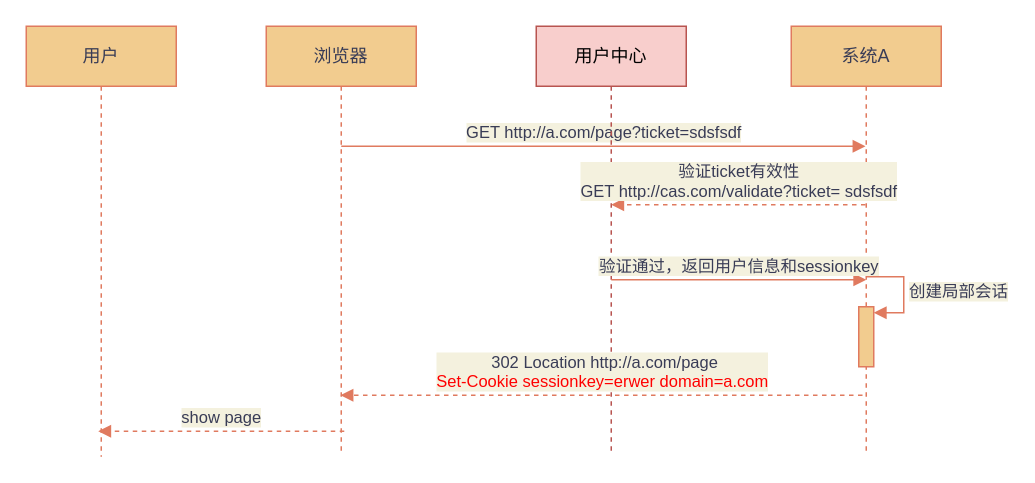
Earlier version of the draw.io diagram CAS用户登录流程2.drawio (liliang1213/diagram). Source tidied: cells renumbered, new cells numbered last; positions are measured from the earlier drawing's top-left corner, leaving out a move shared by most shapes. Both pictures are drawn from the tidied source at 150%, with x=0, y=0 at pixel (26, 26).
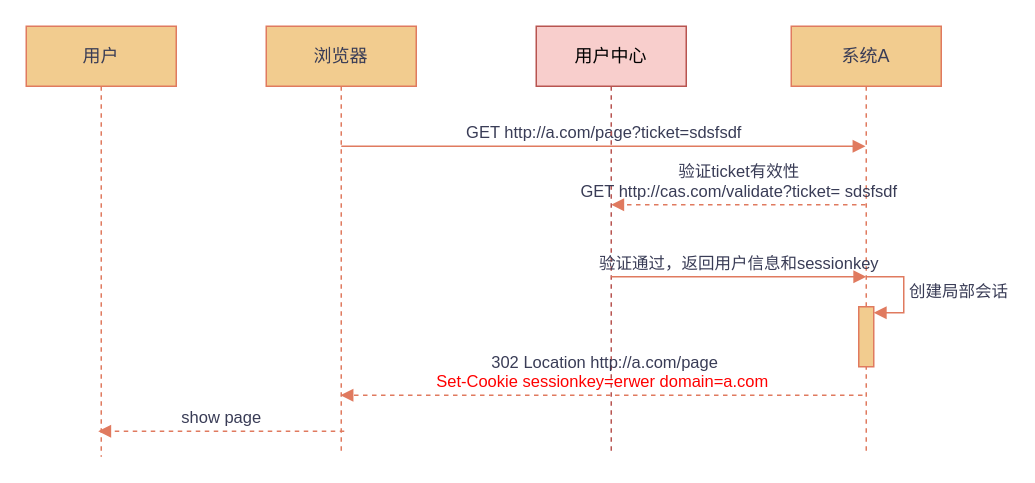
Above is the later version.

Commit message:
Update CAS用户登录流程2.drawio

Change to the diagram source:
```diff
@@
 <mxGraphModel>
   <root>
     <mxCell id="0" />
     <mxCell id="1" parent="0" />
-    <mxCell id="2" value="用户" style="shape=umlLifeline;perimeter=lifelinePerimeter;whiteSpace=wrap;html=1;fillColor=#F2CC8F;strokeColor=#E07A5F;fontColor=#393C56;" parent="1" vertex="1">
+    <mxCell id="2" value="用户" style="shape=umlLifeline;perimeter=lifelinePerimeter;whiteSpace=wrap;html=1;fillColor=#F2CC8F;strokeColor=#E07A5F;fontColor=#393C56;labelBackgroundColor=none;" parent="1" vertex="1">
       <mxGeometry width="100" height="287" as="geometry" />
     </mxCell>
-    <mxCell id="3" value="浏览器" style="shape=umlLifeline;perimeter=lifelinePerimeter;whiteSpace=wrap;html=1;fillColor=#F2CC8F;strokeColor=#E07A5F;fontColor=#393C56;" parent="1" vertex="1">
+    <mxCell id="3" value="浏览器" style="shape=umlLifeline;perimeter=lifelinePerimeter;whiteSpace=wrap;html=1;fillColor=#F2CC8F;strokeColor=#E07A5F;fontColor=#393C56;labelBackgroundColor=none;" parent="1" vertex="1">
       <mxGeometry x="160" width="100" height="284" as="geometry" />
     </mxCell>
-    <mxCell id="4" value="GET http://a.com/page?ticket=sdsfsdf" style="html=1;verticalAlign=bottom;endArrow=block;strokeColor=#E07A5F;fontColor=#393C56;labelBackgroundColor=#F4F1DE;" parent="3" edge="1" target="6">
+    <mxCell id="4" value="GET http://a.com/page?ticket=sdsfsdf" style="html=1;verticalAlign=bottom;endArrow=block;strokeColor=#E07A5F;fontColor=#393C56;labelBackgroundColor=none;" parent="3" edge="1" target="6">
       <mxGeometry relative="1" as="geometry">
         <mxPoint x="50" y="80" as="sourcePoint" />
       </mxGeometry>
     </mxCell>
-    <mxCell id="5" value="用户中心" style="shape=umlLifeline;perimeter=lifelinePerimeter;whiteSpace=wrap;html=1;fillColor=#f8cecc;strokeColor=#b85450;" parent="1" vertex="1">
+    <mxCell id="5" value="用户中心" style="shape=umlLifeline;perimeter=lifelinePerimeter;whiteSpace=wrap;html=1;fillColor=#f8cecc;strokeColor=#b85450;labelBackgroundColor=none;" parent="1" vertex="1">
       <mxGeometry x="340" width="100" height="285" as="geometry" />
     </mxCell>
-    <mxCell id="6" value="系统A" style="shape=umlLifeline;perimeter=lifelinePerimeter;whiteSpace=wrap;html=1;outlineConnect=0;fillColor=#F2CC8F;strokeColor=#E07A5F;fontColor=#393C56;" parent="1" vertex="1">
+    <mxCell id="6" value="系统A" style="shape=umlLifeline;perimeter=lifelinePerimeter;whiteSpace=wrap;html=1;outlineConnect=0;fillColor=#F2CC8F;strokeColor=#E07A5F;fontColor=#393C56;labelBackgroundColor=none;" parent="1" vertex="1">
       <mxGeometry x="510" width="100" height="286" as="geometry" />
     </mxCell>
-    <mxCell id="7" value="创建局部会话" style="edgeStyle=orthogonalEdgeStyle;html=1;align=left;spacingLeft=2;endArrow=block;rounded=0;entryX=1;entryY=0;strokeColor=#E07A5F;fontColor=#393C56;labelBackgroundColor=#F4F1DE;" parent="6" edge="1">
+    <mxCell id="7" value="创建局部会话" style="edgeStyle=orthogonalEdgeStyle;html=1;align=left;spacingLeft=2;endArrow=block;rounded=0;entryX=1;entryY=0;strokeColor=#E07A5F;fontColor=#393C56;labelBackgroundColor=none;" parent="6" edge="1">
       <mxGeometry relative="1" as="geometry">
         <mxPoint x="50" y="167" as="sourcePoint" />
         <mxPoint x="55" y="191" as="targetPoint" />
         <Array as="points">
           <mxPoint x="75" y="167" />
         </Array>
       </mxGeometry>
     </mxCell>
-    <mxCell id="8" style="html=1;perimeter=orthogonalPerimeter;fillColor=#F2CC8F;strokeColor=#E07A5F;fontColor=#393C56;" parent="6" vertex="1">
+    <mxCell id="8" style="html=1;perimeter=orthogonalPerimeter;fillColor=#F2CC8F;strokeColor=#E07A5F;fontColor=#393C56;labelBackgroundColor=none;" parent="6" vertex="1">
       <mxGeometry x="45" y="187" width="10" height="40" as="geometry" />
     </mxCell>
-    <mxCell id="9" value="验证ticket有效性&lt;br&gt;GET http://cas.com/validate?ticket=&amp;nbsp;sdsfsdf" style="html=1;verticalAlign=bottom;endArrow=block;strokeColor=#E07A5F;fontColor=#393C56;dashed=1;labelBackgroundColor=#F4F1DE;" parent="1" edge="1">
+    <mxCell id="9" value="验证ticket有效性&lt;br&gt;GET http://cas.com/validate?ticket=&amp;nbsp;sdsfsdf" style="html=1;verticalAlign=bottom;endArrow=block;strokeColor=#E07A5F;fontColor=#393C56;dashed=1;labelBackgroundColor=none;" parent="1" edge="1">
       <mxGeometry relative="1" as="geometry">
         <mxPoint x="559.5" y="119" as="sourcePoint" />
         <mxPoint x="390" y="119" as="targetPoint" />
       </mxGeometry>
     </mxCell>
-    <mxCell id="10" value="验证通过，返回用户信息和sessionkey" style="html=1;verticalAlign=bottom;endArrow=block;strokeColor=#E07A5F;fontColor=#393C56;labelBackgroundColor=#F4F1DE;" parent="1" edge="1">
+    <mxCell id="10" value="验证通过，返回用户信息和sessionkey" style="html=1;verticalAlign=bottom;endArrow=block;strokeColor=#E07A5F;fontColor=#393C56;labelBackgroundColor=none;" parent="1" edge="1">
       <mxGeometry relative="1" as="geometry">
-        <mxPoint x="390" y="169" as="sourcePoint" />
-        <mxPoint x="560" y="169" as="targetPoint" />
+        <mxPoint x="390" y="167" as="sourcePoint" />
+        <mxPoint x="560" y="167" as="targetPoint" />
       </mxGeometry>
     </mxCell>
-    <mxCell id="11" value="&amp;nbsp;302 Location http://a.com/page&lt;br&gt;&lt;font color=&quot;#ff0000&quot;&gt;Set-Cookie sessionkey=erwer domain=a.com&lt;/font&gt;" style="html=1;verticalAlign=bottom;endArrow=block;strokeColor=#E07A5F;fontColor=#393C56;dashed=1;labelBackgroundColor=#F4F1DE;" parent="1" edge="1">
+    <mxCell id="11" value="&amp;nbsp;302 Location http://a.com/page&lt;br&gt;&lt;font color=&quot;#ff0000&quot;&gt;Set-Cookie sessionkey=erwer domain=a.com&lt;/font&gt;" style="html=1;verticalAlign=bottom;endArrow=block;strokeColor=#E07A5F;fontColor=#393C56;dashed=1;labelBackgroundColor=none;" parent="1" edge="1">
       <mxGeometry relative="1" as="geometry">
         <mxPoint x="557.5" y="246" as="sourcePoint" />
         <mxPoint x="209.5" y="246" as="targetPoint" />
       </mxGeometry>
     </mxCell>
-    <mxCell id="12" value="show page" style="html=1;verticalAlign=bottom;endArrow=block;strokeColor=#E07A5F;fontColor=#393C56;dashed=1;labelBackgroundColor=#F4F1DE;" parent="1" edge="1">
+    <mxCell id="12" value="show page" style="html=1;verticalAlign=bottom;endArrow=block;strokeColor=#E07A5F;fontColor=#393C56;dashed=1;labelBackgroundColor=none;" parent="1" edge="1">
       <mxGeometry relative="1" as="geometry">
         <mxPoint x="212" y="270" as="sourcePoint" />
         <mxPoint x="48" y="270" as="targetPoint" />
       </mxGeometry>
     </mxCell>
   </root>
 </mxGraphModel>
```
